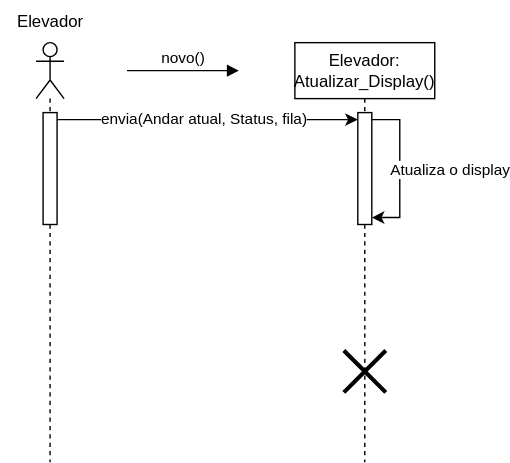
This is Diagrama-Sequencia/DiagramaSequanciaDisplay.svg from wholocked1/Projeto-2-modelagem, a draw.io export, as it was before one commit. Source tidied: cells renumbered, new cells last; positions are measured from the earlier drawing's top-left corner, leaving out a move shared by most shapes. Source of this version:
```xml
<mxGraphModel background="#ffffff">
  <root>
    <mxCell id="0" />
    <mxCell id="1" parent="0" />
    <mxCell id="2" value="Elevador: Atualizar_Display()" style="shape=umlLifeline;perimeter=lifelinePerimeter;whiteSpace=wrap;html=1;outlineConnect=0;portConstraint=eastwest;newEdgeStyle={&quot;curved&quot;:0,&quot;rounded&quot;:0};" parent="1" vertex="1">
      <mxGeometry x="210" y="30" width="100" height="300" as="geometry" />
    </mxCell>
    <mxCell id="3" style="html=1;points=[[0,0,0,0,5],[0,1,0,0,-5],[1,0,0,0,5],[1,1,0,0,-5]];perimeter=orthogonalPerimeter;outlineConnect=0;targetShapes=umlLifeline;portConstraint=eastwest;newEdgeStyle={&quot;curved&quot;:0,&quot;rounded&quot;:0};" parent="2" vertex="1">
      <mxGeometry x="45" y="50" width="10" height="80" as="geometry" />
    </mxCell>
    <mxCell id="4" style="edgeStyle=orthogonalEdgeStyle;rounded=0;orthogonalLoop=1;jettySize=auto;html=1;curved=0;exitX=1;exitY=0;exitDx=0;exitDy=5;exitPerimeter=0;entryX=1;entryY=1;entryDx=0;entryDy=-5;entryPerimeter=0;" parent="2" edge="1" source="3" target="3">
      <mxGeometry relative="1" as="geometry" />
    </mxCell>
    <mxCell id="5" value="Atualiza o display" style="edgeLabel;html=1;align=center;verticalAlign=middle;" parent="4" vertex="1">
      <mxGeometry x="-0.03" y="3" relative="1" as="geometry">
        <mxPoint x="32" y="1" as="offset" />
      </mxGeometry>
    </mxCell>
    <mxCell id="6" style="shape=umlDestroy;whiteSpace=wrap;html=1;strokeWidth=3;targetShapes=umlLifeline;" parent="2" vertex="1">
      <mxGeometry x="35" y="220" width="30" height="30" as="geometry" />
    </mxCell>
    <mxCell id="7" value="novo()" style="html=1;verticalAlign=bottom;endArrow=block;curved=0;rounded=0;" parent="1" edge="1">
      <mxGeometry relative="1" as="geometry">
        <mxPoint x="90" y="50" as="sourcePoint" />
        <mxPoint x="170" y="50" as="targetPoint" />
      </mxGeometry>
    </mxCell>
    <mxCell id="8" style="shape=umlLifeline;perimeter=lifelinePerimeter;whiteSpace=wrap;html=1;newEdgeStyle={&quot;curved&quot;:0,&quot;rounded&quot;:0};participant=umlActor;" parent="1" vertex="1">
      <mxGeometry x="25" y="30" width="20" height="300" as="geometry" />
    </mxCell>
    <mxCell id="9" style="html=1;points=[[0,0,0,0,5],[0,1,0,0,-5],[1,0,0,0,5],[1,1,0,0,-5]];perimeter=orthogonalPerimeter;outlineConnect=0;targetShapes=umlLifeline;portConstraint=eastwest;newEdgeStyle={&quot;curved&quot;:0,&quot;rounded&quot;:0};" parent="8" vertex="1">
      <mxGeometry x="5" y="50" width="10" height="80" as="geometry" />
    </mxCell>
    <mxCell id="10" value="Elevador" style="text;html=1;align=center;verticalAlign=middle;strokeColor=none;fillColor=none;" parent="1" vertex="1">
      <mxGeometry width="70" height="30" as="geometry" />
    </mxCell>
    <mxCell id="11" style="edgeStyle=orthogonalEdgeStyle;rounded=0;jettySize=auto;html=1;curved=0;exitX=1;exitY=0;exitDx=0;exitDy=5;exitPerimeter=0;entryX=0;entryY=0;entryDx=0;entryDy=5;entryPerimeter=0;" parent="1" edge="1" source="9" target="3">
      <mxGeometry relative="1" as="geometry" />
    </mxCell>
    <mxCell id="12" value="envia(Andar atual, Status, fila)" style="edgeLabel;html=1;align=center;verticalAlign=middle;" parent="11" vertex="1">
      <mxGeometry x="-0.03" y="1" relative="1" as="geometry" />
    </mxCell>
  </root>
</mxGraphModel>
```
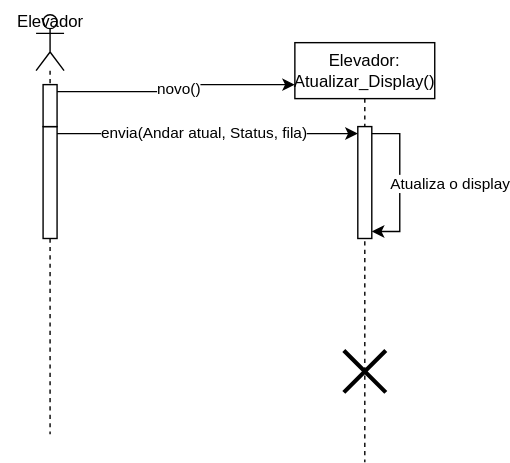
Later version of the same file.

Change to the diagram source:
```diff
@@ -6,7 +6,7 @@
       <mxGeometry x="210" y="30" width="100" height="300" as="geometry" />
     </mxCell>
     <mxCell id="3" style="html=1;points=[[0,0,0,0,5],[0,1,0,0,-5],[1,0,0,0,5],[1,1,0,0,-5]];perimeter=orthogonalPerimeter;outlineConnect=0;targetShapes=umlLifeline;portConstraint=eastwest;newEdgeStyle={&quot;curved&quot;:0,&quot;rounded&quot;:0};" parent="2" vertex="1">
-      <mxGeometry x="45" y="50" width="10" height="80" as="geometry" />
+      <mxGeometry x="45" y="60" width="10" height="80" as="geometry" />
     </mxCell>
     <mxCell id="4" style="edgeStyle=orthogonalEdgeStyle;rounded=0;orthogonalLoop=1;jettySize=auto;html=1;curved=0;exitX=1;exitY=0;exitDx=0;exitDy=5;exitPerimeter=0;entryX=1;entryY=1;entryDx=0;entryDy=-5;entryPerimeter=0;" parent="2" edge="1" source="3" target="3">
       <mxGeometry relative="1" as="geometry" />
@@ -19,18 +19,15 @@
     <mxCell id="6" style="shape=umlDestroy;whiteSpace=wrap;html=1;strokeWidth=3;targetShapes=umlLifeline;" parent="2" vertex="1">
       <mxGeometry x="35" y="220" width="30" height="30" as="geometry" />
     </mxCell>
-    <mxCell id="7" value="novo()" style="html=1;verticalAlign=bottom;endArrow=block;curved=0;rounded=0;" parent="1" edge="1">
-      <mxGeometry relative="1" as="geometry">
-        <mxPoint x="90" y="50" as="sourcePoint" />
-        <mxPoint x="170" y="50" as="targetPoint" />
-      </mxGeometry>
-    </mxCell>
     <mxCell id="8" style="shape=umlLifeline;perimeter=lifelinePerimeter;whiteSpace=wrap;html=1;newEdgeStyle={&quot;curved&quot;:0,&quot;rounded&quot;:0};participant=umlActor;" parent="1" vertex="1">
-      <mxGeometry x="25" y="30" width="20" height="300" as="geometry" />
+      <mxGeometry x="25" y="10" width="20" height="300" as="geometry" />
     </mxCell>
     <mxCell id="9" style="html=1;points=[[0,0,0,0,5],[0,1,0,0,-5],[1,0,0,0,5],[1,1,0,0,-5]];perimeter=orthogonalPerimeter;outlineConnect=0;targetShapes=umlLifeline;portConstraint=eastwest;newEdgeStyle={&quot;curved&quot;:0,&quot;rounded&quot;:0};" parent="8" vertex="1">
-      <mxGeometry x="5" y="50" width="10" height="80" as="geometry" />
+      <mxGeometry x="5" y="80" width="10" height="80" as="geometry" />
     </mxCell>
+    <mxCell id="13" style="html=1;points=[[0,0,0,0,5],[0,1,0,0,-5],[1,0,0,0,5],[1,1,0,0,-5]];perimeter=orthogonalPerimeter;outlineConnect=0;targetShapes=umlLifeline;portConstraint=eastwest;newEdgeStyle={&quot;curved&quot;:0,&quot;rounded&quot;:0};" parent="8" vertex="1">
+      <mxGeometry x="5" y="50" width="10" height="30" as="geometry" />
+    </mxCell>
     <mxCell id="10" value="Elevador" style="text;html=1;align=center;verticalAlign=middle;strokeColor=none;fillColor=none;" parent="1" vertex="1">
       <mxGeometry width="70" height="30" as="geometry" />
     </mxCell>
@@ -40,5 +37,11 @@
     <mxCell id="12" value="envia(Andar atual, Status, fila)" style="edgeLabel;html=1;align=center;verticalAlign=middle;" parent="11" vertex="1">
       <mxGeometry x="-0.03" y="1" relative="1" as="geometry" />
     </mxCell>
+    <mxCell id="14" style="edgeStyle=orthogonalEdgeStyle;rounded=0;jettySize=auto;html=1;curved=0;exitX=1;exitY=0;exitDx=0;exitDy=5;exitPerimeter=0;entryX=0;entryY=0.1;entryDx=0;entryDy=0;entryPerimeter=0;" parent="1" edge="1" source="13" target="2">
+      <mxGeometry relative="1" as="geometry" />
+    </mxCell>
+    <mxCell id="7" value="novo()" style="edgeLabel;html=1;align=center;verticalAlign=middle;" parent="14" vertex="1">
+      <mxGeometry x="0.01" y="-1" relative="1" as="geometry" />
+    </mxCell>
   </root>
 </mxGraphModel>
```
